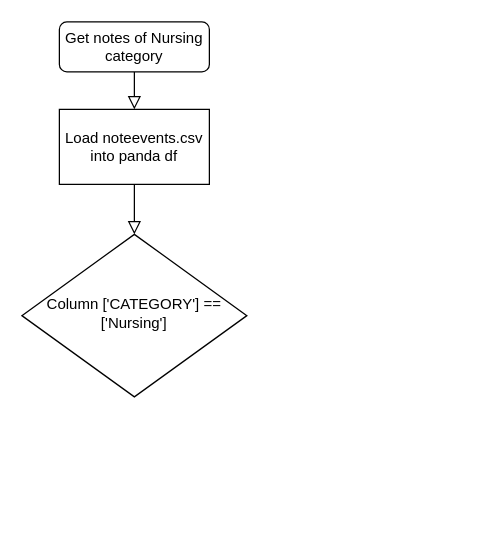
This is Untitled Diagram.drawio from ben-truong-0324/tben, a draw.io file, before an edit. Source tidied: cells renumbered, new cells numbered last; positions are measured from the earlier drawing's top-left corner, leaving out a move shared by most shapes. Both pictures are drawn from the tidied source at 125%, with x=0, y=0 at pixel (21, 21).
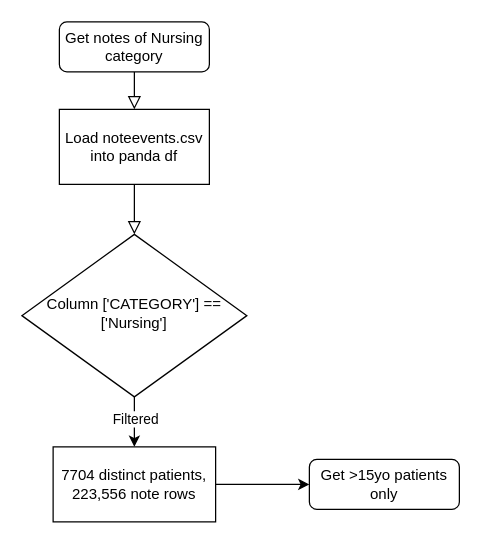
Above is the later version.

Change to the diagram source:
```diff
@@
 <mxGraphModel>
   <root>
     <mxCell id="0" />
     <mxCell id="1" parent="0" />
     <mxCell id="2" style="rounded=0;html=1;jettySize=auto;fontSize=11;endArrow=block;endFill=0;endSize=8;strokeWidth=1;shadow=0;labelBackgroundColor=none;edgeStyle=orthogonalEdgeStyle;" parent="1" edge="1" source="6" target="4">
       <mxGeometry relative="1" as="geometry" />
     </mxCell>
     <mxCell id="3" value="Get notes of Nursing category" style="rounded=1;whiteSpace=wrap;html=1;fontSize=12;glass=0;strokeWidth=1;shadow=0;" parent="1" vertex="1">
       <mxGeometry x="30" width="120" height="40" as="geometry" />
     </mxCell>
+    <mxCell id="7" style="edgeStyle=orthogonalEdgeStyle;rounded=0;jettySize=auto;html=1;" parent="1" edge="1" source="4" target="10">
+      <mxGeometry relative="1" as="geometry" />
+    </mxCell>
+    <mxCell id="8" value="Filtered" style="edgeLabel;html=1;align=center;verticalAlign=middle;" parent="7" vertex="1">
+      <mxGeometry x="-0.16" relative="1" as="geometry" />
+    </mxCell>
     <mxCell id="4" value="Column ['CATEGORY'] == ['Nursing']" style="rhombus;whiteSpace=wrap;html=1;shadow=0;fontFamily=Helvetica;fontSize=12;align=center;strokeWidth=1;spacing=6;spacingTop=-4;" parent="1" vertex="1">
       <mxGeometry y="170" width="180" height="130" as="geometry" />
     </mxCell>
     <mxCell id="5" style="rounded=0;html=1;jettySize=auto;fontSize=11;endArrow=block;endFill=0;endSize=8;strokeWidth=1;shadow=0;labelBackgroundColor=none;edgeStyle=orthogonalEdgeStyle;" parent="1" edge="1" source="3" target="6">
       <mxGeometry relative="1" as="geometry" />
     </mxCell>
     <mxCell id="6" value="Load noteevents.csv into panda df" style="rounded=0;whiteSpace=wrap;html=1;" parent="1" vertex="1">
       <mxGeometry x="30" y="70" width="120" height="60" as="geometry" />
     </mxCell>
+    <mxCell id="9" style="edgeStyle=orthogonalEdgeStyle;rounded=0;jettySize=auto;html=1;" parent="1" edge="1" source="10" target="11">
+      <mxGeometry relative="1" as="geometry" />
+    </mxCell>
+    <mxCell id="10" value="7704 distinct patients, 223,556 note rows" style="rounded=0;whiteSpace=wrap;html=1;" parent="1" vertex="1">
+      <mxGeometry x="25" y="340" width="130" height="60" as="geometry" />
+    </mxCell>
+    <mxCell id="11" value="Get &amp;gt;15yo patients only" style="rounded=1;whiteSpace=wrap;html=1;fontSize=12;glass=0;strokeWidth=1;shadow=0;" parent="1" vertex="1">
+      <mxGeometry x="230" y="350" width="120" height="40" as="geometry" />
+    </mxCell>
   </root>
 </mxGraphModel>
```
